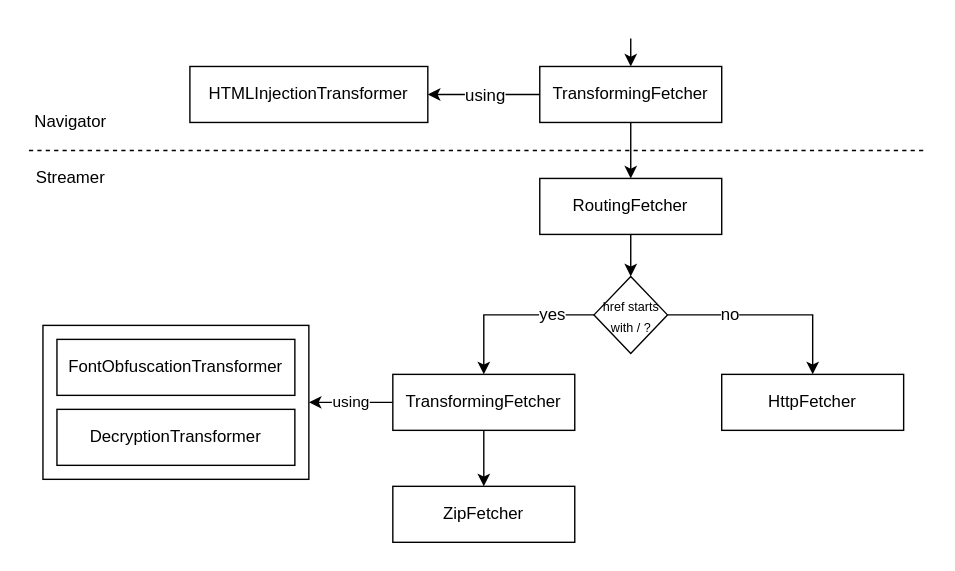
This is proposals/assets/002-epub.svg from readium/architecture, a draw.io export, as it was before one commit. Source tidied: cells renumbered, new cells last; positions are measured from the earlier drawing's top-left corner, leaving out a move shared by most shapes.
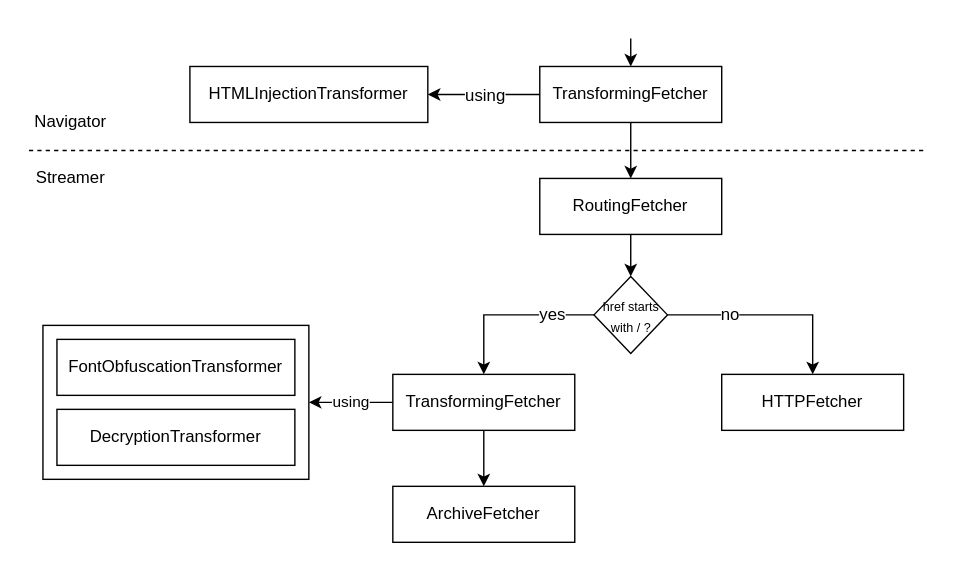
After the commit.

Commit message:
Add Fetcher::links Rename ZIPFetcher into ArchiveFetcher

The edit, as a diff of the source:
```diff
@@ -34,7 +34,7 @@
     <mxCell id="11" value="RoutingFetcher" style="rounded=0;whiteSpace=wrap;html=1;" parent="1" vertex="1">
       <mxGeometry x="365" y="100" width="130" height="40" as="geometry" />
     </mxCell>
-    <mxCell id="12" value="HttpFetcher" style="rounded=0;whiteSpace=wrap;html=1;" parent="1" vertex="1">
+    <mxCell id="12" value="HTTPFetcher" style="rounded=0;whiteSpace=wrap;html=1;" parent="1" vertex="1">
       <mxGeometry x="495" y="240" width="130" height="40" as="geometry" />
     </mxCell>
     <mxCell id="13" style="edgeStyle=orthogonalEdgeStyle;rounded=0;jettySize=auto;html=1;entryX=0.5;entryY=0;entryDx=0;entryDy=0;" parent="1" edge="1" source="15" target="16">
@@ -46,7 +46,7 @@
     <mxCell id="15" value="TransformingFetcher" style="rounded=0;whiteSpace=wrap;html=1;" parent="1" vertex="1">
       <mxGeometry x="260" y="240" width="130" height="40" as="geometry" />
     </mxCell>
-    <mxCell id="16" value="ZipFetcher" style="rounded=0;whiteSpace=wrap;html=1;" parent="1" vertex="1">
+    <mxCell id="16" value="ArchiveFetcher" style="rounded=0;whiteSpace=wrap;html=1;" parent="1" vertex="1">
       <mxGeometry x="260" y="320" width="130" height="40" as="geometry" />
     </mxCell>
     <mxCell id="17" style="edgeStyle=orthogonalEdgeStyle;rounded=0;jettySize=auto;html=1;entryX=0.5;entryY=0;entryDx=0;entryDy=0;" parent="1" edge="1" source="21" target="12">
```
